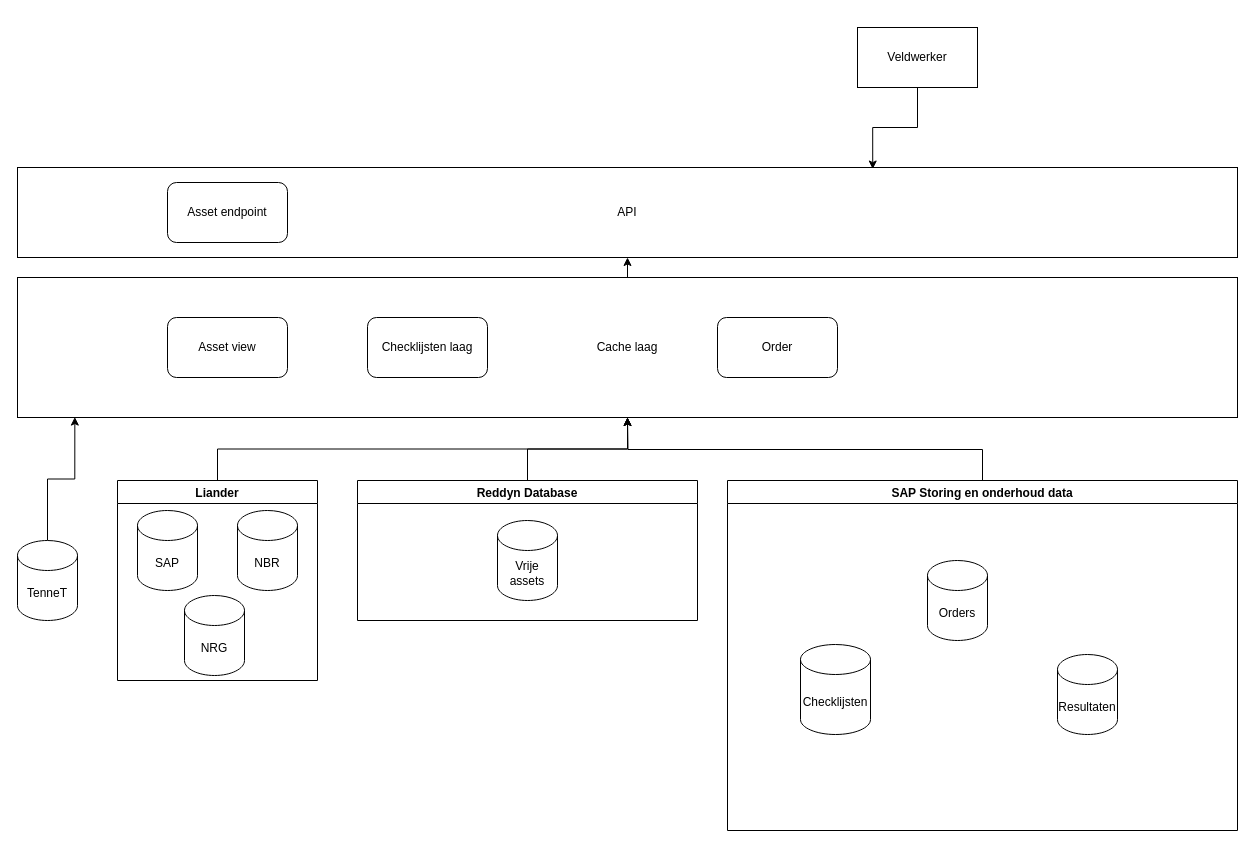
Before: page "V1" (2 of 2) of reddyn.drawio in eleemans/Diagrams, a draw.io diagram. Source tidied: cells renumbered, new cells numbered last; positions are measured from the earlier drawing's top-left corner, leaving out a move shared by most shapes. Both pictures are drawn from the tidied source at 100%, with x=0, y=0 at pixel (17, 27).
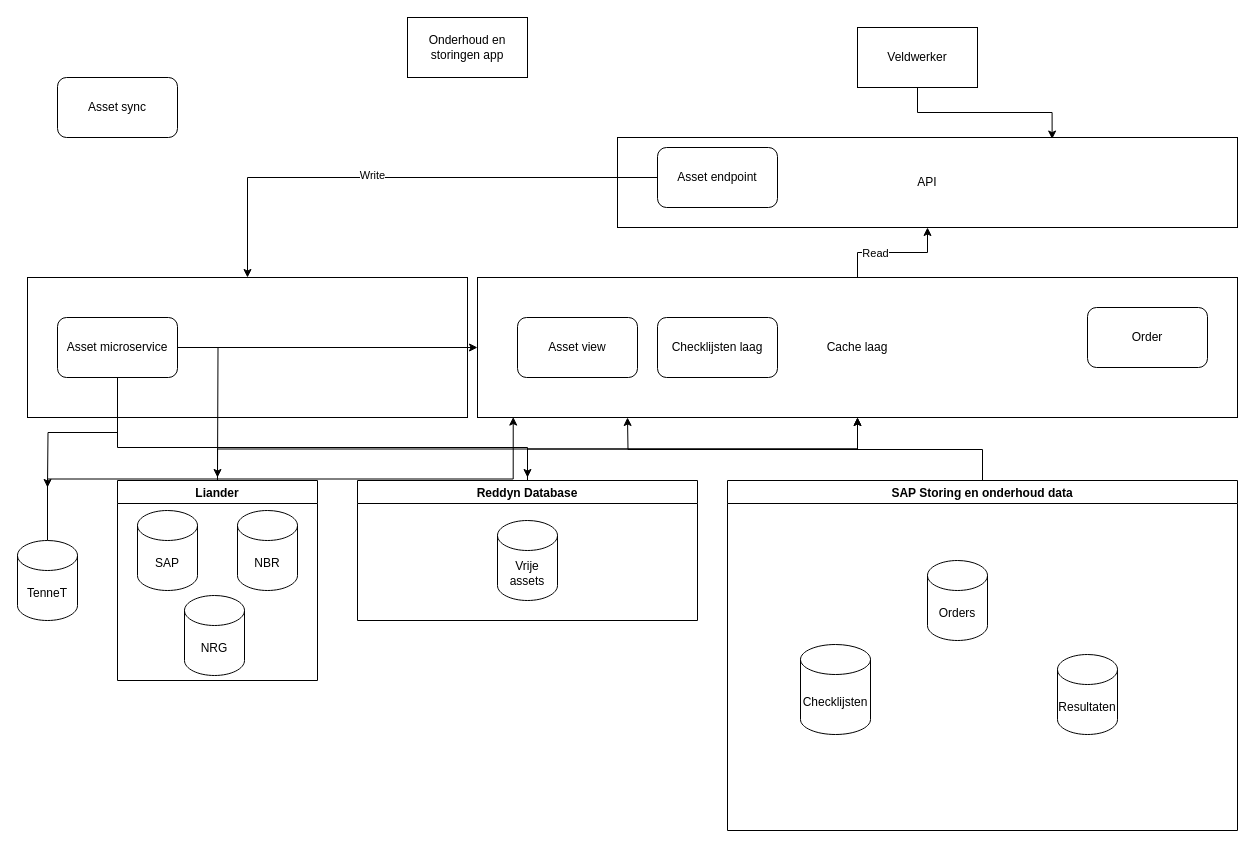
The same diagram, later.

Diff of the diagram source:
```diff
@@
-    <mxCell id="17" style="edgeStyle=orthogonalEdgeStyle;rounded=0;jettySize=auto;html=1;exitX=0.5;exitY=0;exitDx=0;exitDy=0;entryX=0.5;entryY=1;entryDx=0;entryDy=0;" parent="1" edge="1" source="18" target="24">
+    <mxCell id="17" style="edgeStyle=orthogonalEdgeStyle;rounded=0;jettySize=auto;html=1;exitX=0.5;exitY=0;exitDx=0;exitDy=0;" parent="1" edge="1" source="18" target="24">
       <mxGeometry relative="1" as="geometry" />
     </mxCell>
+    <mxCell id="26" value="Read" style="edgeLabel;html=1;align=center;verticalAlign=middle;" parent="17" vertex="1">
+      <mxGeometry x="-0.3" relative="1" as="geometry" />
+    </mxCell>
     <mxCell id="18" value="Cache laag" style="rounded=0;whiteSpace=wrap;html=1;" parent="1" vertex="1">
-      <mxGeometry y="250" width="1220" height="140" as="geometry" />
+      <mxGeometry x="460" y="250" width="760" height="140" as="geometry" />
     </mxCell>
     <mxCell id="19" value="Asset view" style="rounded=1;whiteSpace=wrap;html=1;" parent="1" vertex="1">
-      <mxGeometry x="150" y="290" width="120" height="60" as="geometry" />
+      <mxGeometry x="500" y="290" width="120" height="60" as="geometry" />
     </mxCell>
     <mxCell id="20" value="Checklijsten laag" style="rounded=1;whiteSpace=wrap;html=1;" parent="1" vertex="1">
-      <mxGeometry x="350" y="290" width="120" height="60" as="geometry" />
+      <mxGeometry x="640" y="290" width="120" height="60" as="geometry" />
     </mxCell>
@@
     <mxCell id="23" value="Order" style="rounded=1;whiteSpace=wrap;html=1;" parent="1" vertex="1">
-      <mxGeometry x="700" y="290" width="120" height="60" as="geometry" />
+      <mxGeometry x="1070" y="280" width="120" height="60" as="geometry" />
     </mxCell>
     <mxCell id="24" value="API" style="rounded=0;whiteSpace=wrap;html=1;" parent="1" vertex="1">
-      <mxGeometry y="140" width="1220" height="90" as="geometry" />
+      <mxGeometry x="600" y="110" width="620" height="90" as="geometry" />
     </mxCell>
+    <mxCell id="27" style="edgeStyle=orthogonalEdgeStyle;rounded=0;jettySize=auto;html=1;entryX=0.5;entryY=0;entryDx=0;entryDy=0;" parent="1" edge="1" source="25" target="29">
+      <mxGeometry relative="1" as="geometry" />
+    </mxCell>
+    <mxCell id="28" value="Write" style="edgeLabel;html=1;align=center;verticalAlign=middle;" parent="27" vertex="1">
+      <mxGeometry x="0.12" y="-3" relative="1" as="geometry" />
+    </mxCell>
     <mxCell id="25" value="Asset endpoint" style="rounded=1;whiteSpace=wrap;html=1;" parent="1" vertex="1">
-      <mxGeometry x="150" y="155" width="120" height="60" as="geometry" />
+      <mxGeometry x="640" y="120" width="120" height="60" as="geometry" />
     </mxCell>
+    <mxCell id="29" style="rounded=0;whiteSpace=wrap;html=1;" parent="1" vertex="1">
+      <mxGeometry x="10" y="250" width="440" height="140" as="geometry" />
+    </mxCell>
+    <mxCell id="30" style="edgeStyle=orthogonalEdgeStyle;rounded=0;jettySize=auto;html=1;" parent="1" edge="1" source="34">
+      <mxGeometry relative="1" as="geometry">
+        <mxPoint x="200" y="450" as="targetPoint" />
+      </mxGeometry>
+    </mxCell>
+    <mxCell id="31" style="edgeStyle=orthogonalEdgeStyle;rounded=0;jettySize=auto;html=1;" parent="1" edge="1" source="34">
+      <mxGeometry relative="1" as="geometry">
+        <mxPoint x="510" y="450" as="targetPoint" />
+        <Array as="points">
+          <mxPoint x="100" y="420" />
+          <mxPoint x="510" y="420" />
+        </Array>
+      </mxGeometry>
+    </mxCell>
+    <mxCell id="32" style="edgeStyle=orthogonalEdgeStyle;rounded=0;jettySize=auto;html=1;exitX=0.5;exitY=1;exitDx=0;exitDy=0;" parent="1" edge="1" source="34">
+      <mxGeometry relative="1" as="geometry">
+        <mxPoint x="30" y="460" as="targetPoint" />
+      </mxGeometry>
+    </mxCell>
+    <mxCell id="33" style="edgeStyle=orthogonalEdgeStyle;rounded=0;jettySize=auto;html=1;exitX=1;exitY=0.5;exitDx=0;exitDy=0;entryX=0;entryY=0.5;entryDx=0;entryDy=0;" parent="1" edge="1" source="34" target="18">
+      <mxGeometry relative="1" as="geometry" />
+    </mxCell>
+    <mxCell id="34" value="Asset microservice" style="rounded=1;whiteSpace=wrap;html=1;" parent="1" vertex="1">
+      <mxGeometry x="40" y="290" width="120" height="60" as="geometry" />
+    </mxCell>
+    <mxCell id="35" value="Onderhoud en storingen app" style="rounded=0;whiteSpace=wrap;html=1;" parent="1" vertex="1">
+      <mxGeometry x="390" y="-10" width="120" height="60" as="geometry" />
+    </mxCell>
+    <mxCell id="36" value="Asset sync" style="rounded=1;whiteSpace=wrap;html=1;" parent="1" vertex="1">
+      <mxGeometry x="40" y="50" width="120" height="60" as="geometry" />
+    </mxCell>
```
